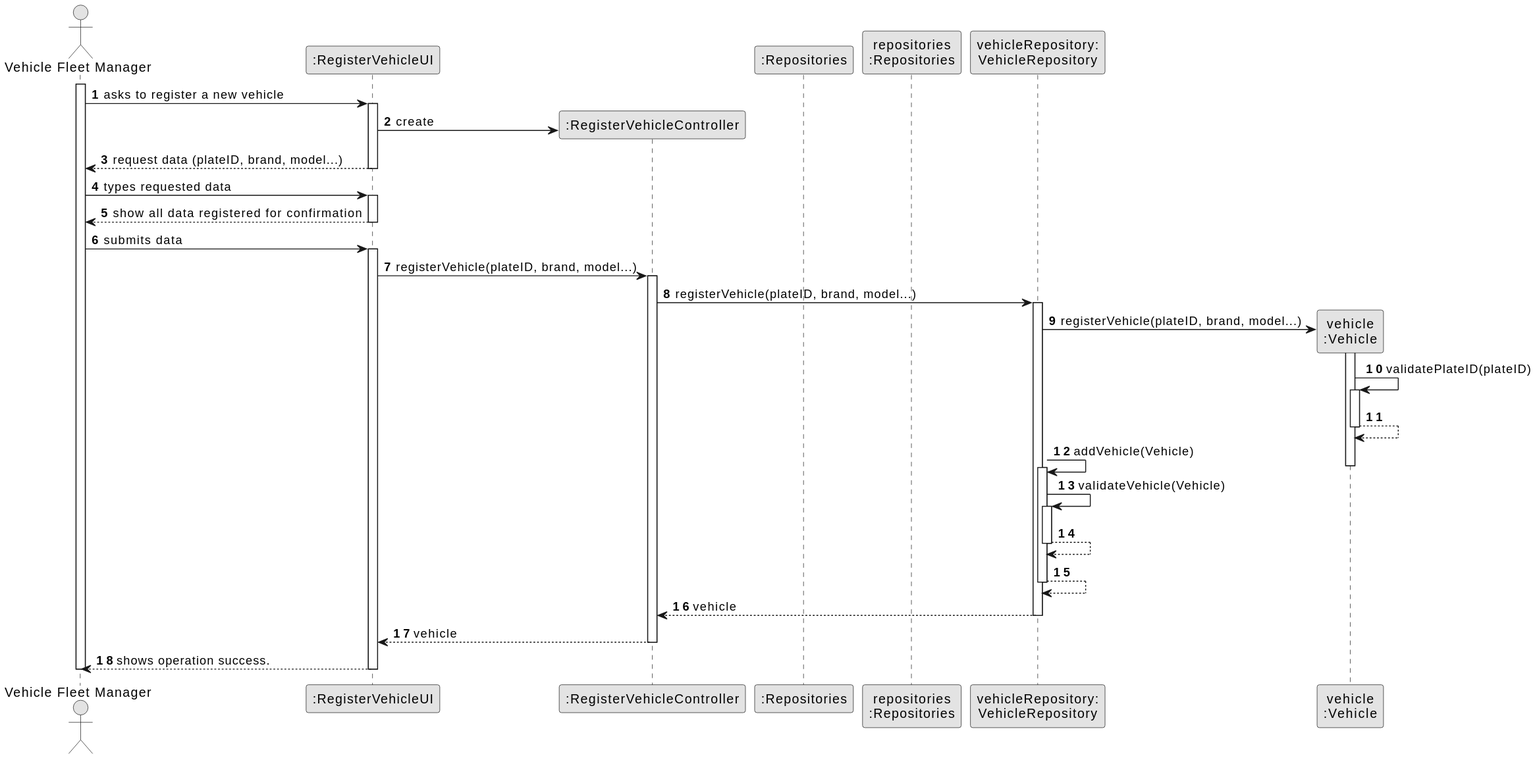
Earlier version of the PlantUML export docs/sprintB/us006/03.design/svg/us006-sequence-diagram-full.svg (SAEmanuel/Green_Spaces_Management_ISEP).
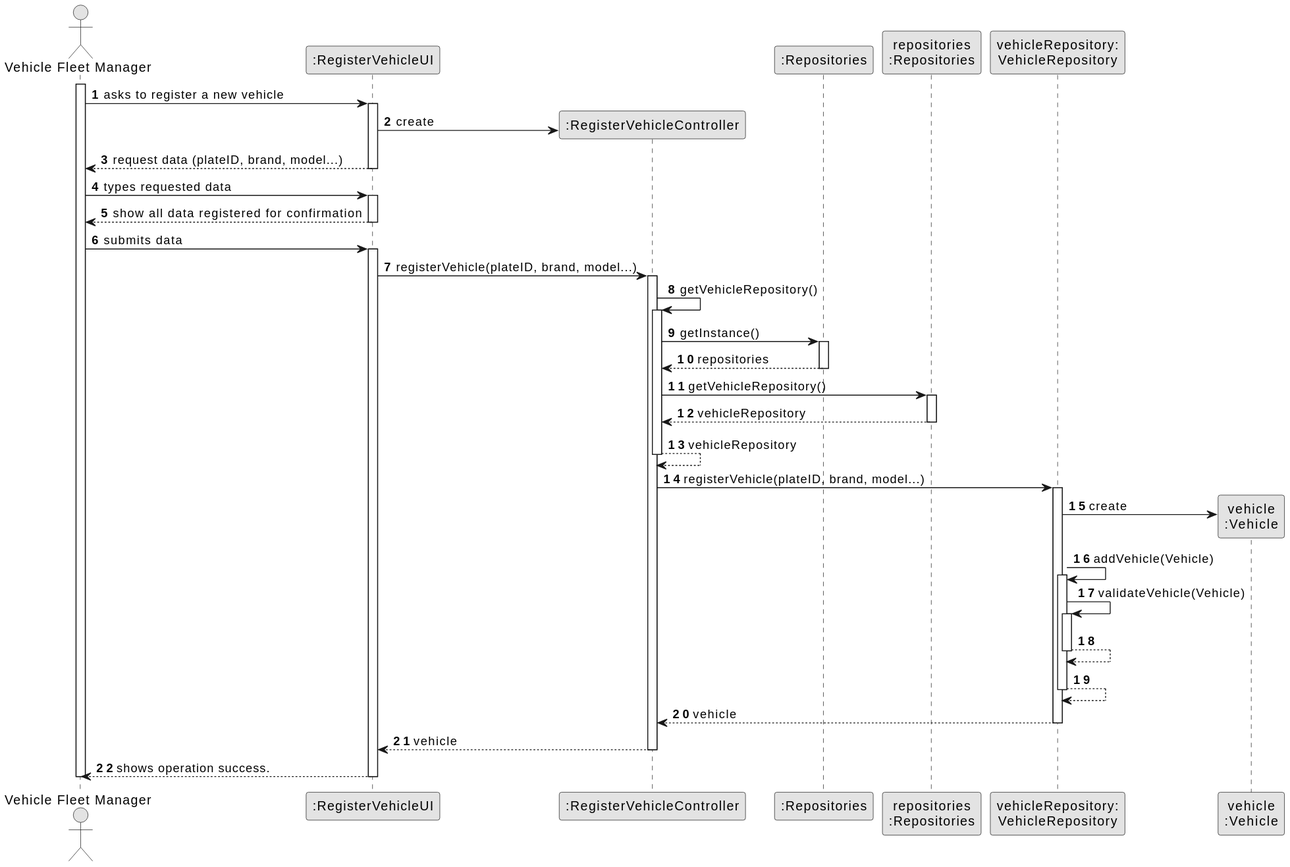
The same file after the commit.

What changed in the source:
```diff
@@ -38,17 +38,28 @@
         activate CTRL
 
 
+            CTRL -> CTRL : getVehicleRepository()
+                        activate CTRL
+
+                            CTRL -> RepositorySingleton : getInstance()
+                            activate RepositorySingleton
+
+                                RepositorySingleton --> CTRL: repositories
+                            deactivate RepositorySingleton
+
+                            CTRL -> PLAT : getVehicleRepository()
+                            activate PLAT
+
+                                PLAT --> CTRL: vehicleRepository
+                            deactivate PLAT
+
+                            CTRL --> CTRL : vehicleRepository
+                        deactivate CTRL
+
             CTRL -> vehicleRepository: registerVehicle(plateID, brand, model...)
             activate vehicleRepository
 
-            vehicleRepository -> VEICULO**: registerVehicle(plateID, brand, model...)
-            activate VEICULO
-
-            VEICULO -> VEICULO : validatePlateID(plateID)
-                activate VEICULO
-                    VEICULO --> VEICULO
-                deactivate VEICULO
-
+            vehicleRepository -> VEICULO**: create
 
 
                 vehicleRepository -> vehicleRepository: addVehicle(Vehicle)
```
